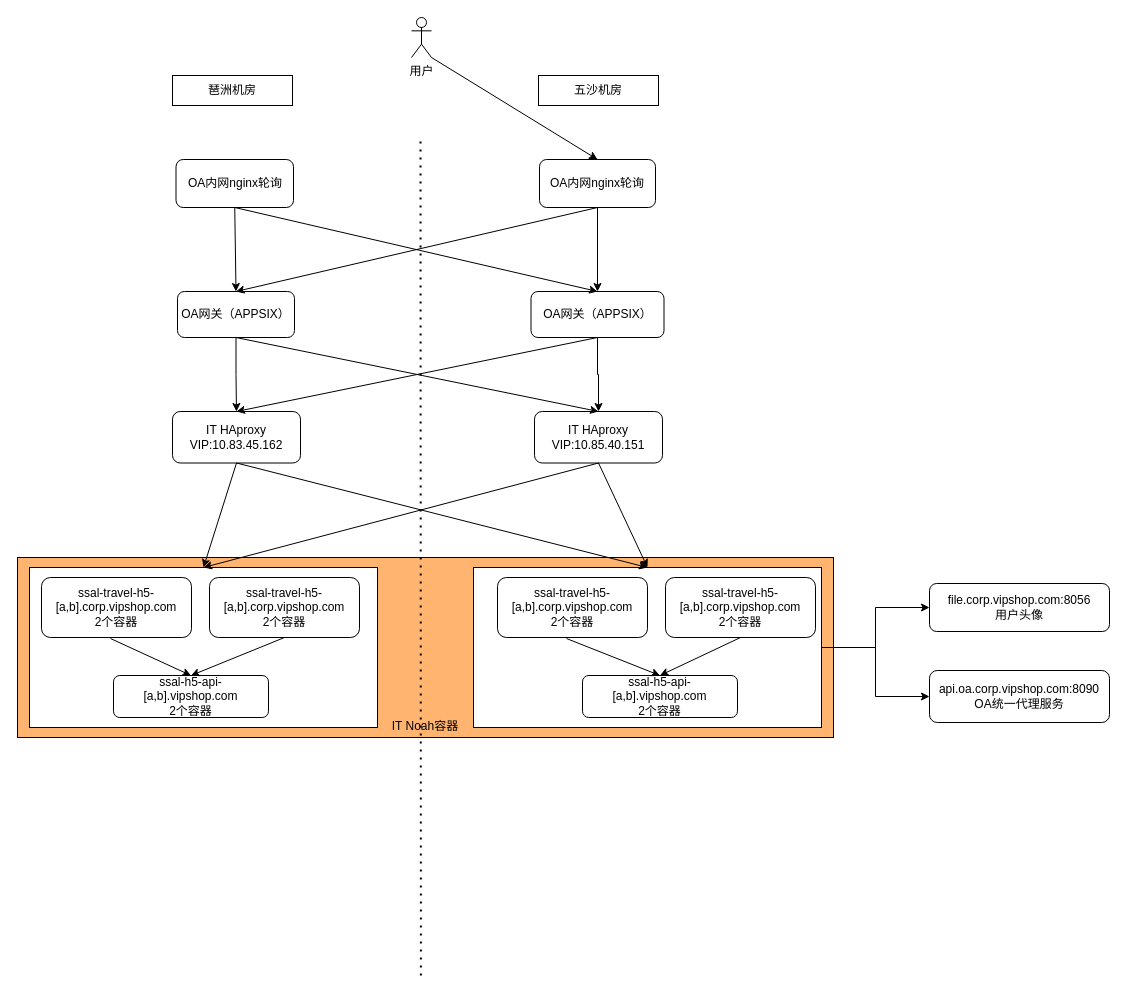
Earlier version of the draw.io diagram 未命名绘图.drawio (CS-Bob/test). Source tidied: cells renumbered, new cells numbered last; positions are measured from the earlier drawing's top-left corner, leaving out a move shared by most shapes. Both pictures are drawn from the tidied source at 100%, with x=0, y=0 at pixel (17, 17).
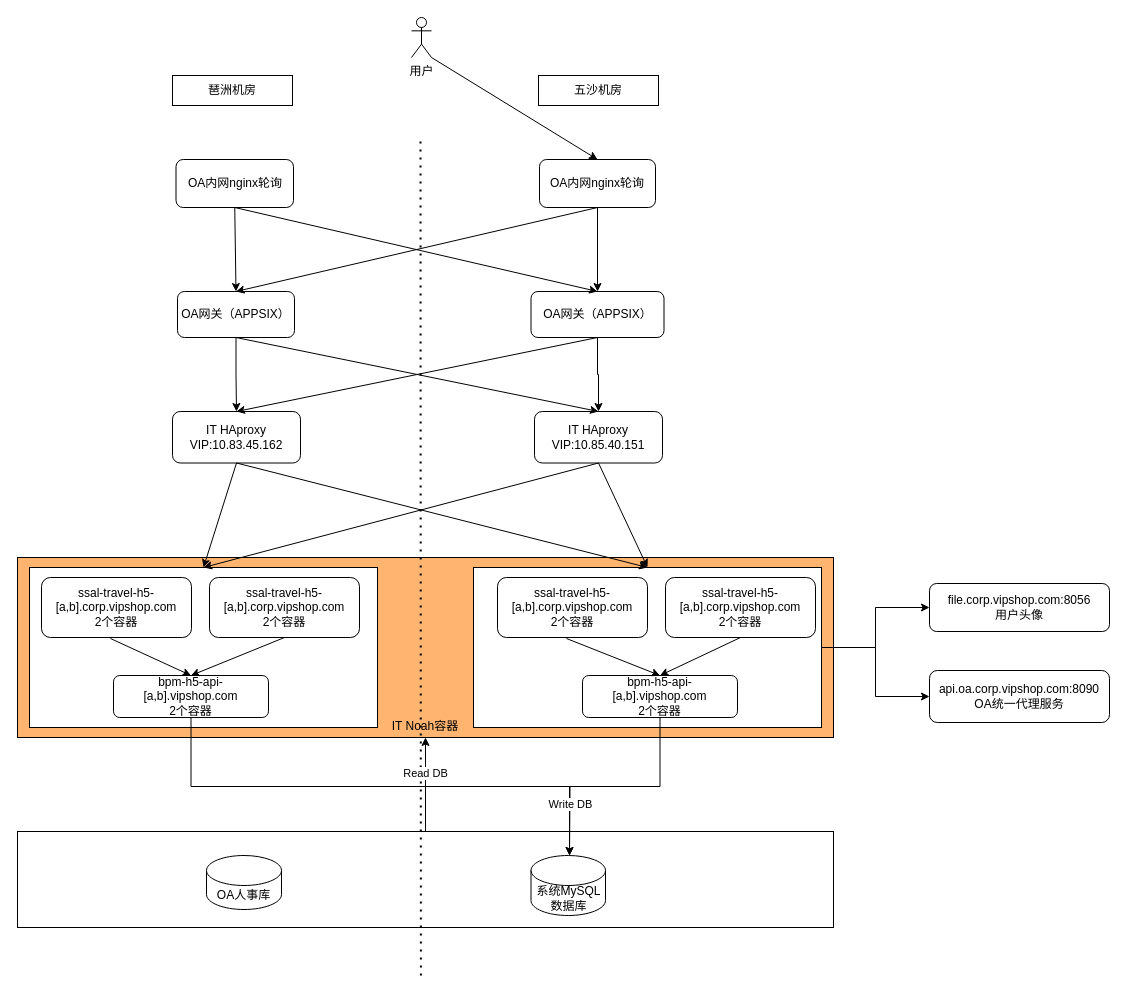
The same page after the edit.

Commit message:
更新未命名绘图.drawio

Unchanged cells that the change refers to:
```xml
<mxCell id="10" value="OA网关（APPSIX）" style="rounded=1;whiteSpace=wrap;html=1;" parent="1" vertex="1">
  <mxGeometry x="160" y="274" width="117" height="46" as="geometry" />
</mxCell>
<mxCell id="14" value="IT HAproxy&lt;br&gt;VIP:10.85.40.151" style="rounded=1;whiteSpace=wrap;html=1;" parent="1" vertex="1">
  <mxGeometry x="517" y="394" width="128" height="51.5" as="geometry" />
</mxCell>
<mxCell id="18" value="&lt;br&gt;&lt;br&gt;&lt;br&gt;&lt;br&gt;&lt;br&gt;&lt;br&gt;&lt;br&gt;&lt;br&gt;&lt;br&gt;&lt;br&gt;&lt;br&gt;IT Noah容器" style="rounded=0;whiteSpace=wrap;html=1;fillColor=#FFB570;" parent="1" vertex="1">
  <mxGeometry y="540" width="816" height="180" as="geometry" />
</mxCell>
<mxCell id="19" style="endArrow=none;dashed=1;html=1;dashPattern=1 3;strokeWidth=2;rounded=0;" parent="1" edge="1">
  <mxGeometry relative="1" as="geometry">
    <mxPoint x="403.4" y="958" as="sourcePoint" />
    <mxPoint x="403" y="118" as="targetPoint" />
  </mxGeometry>
</mxCell>
```

Change to the diagram source:
```diff
@@
+    <mxCell id="42" style="edgeStyle=orthogonalEdgeStyle;rounded=0;jettySize=auto;html=1;exitX=0.5;exitY=0;exitDx=0;exitDy=0;entryX=0.5;entryY=1;entryDx=0;entryDy=0;" parent="1" edge="1" source="43" target="18">
+      <mxGeometry relative="1" as="geometry" />
+    </mxCell>
+    <mxCell id="43" style="rounded=0;whiteSpace=wrap;html=1;" parent="1" vertex="1">
+      <mxGeometry y="814" width="816" height="96" as="geometry" />
+    </mxCell>
@@
+    <mxCell id="20" style="endArrow=classic;html=1;rounded=0;exitX=0.5;exitY=1;exitDx=0;exitDy=0;entryX=0.5;entryY=0;entryDx=0;entryDy=0;" parent="1" edge="1" source="10" target="14">
+      <mxGeometry relative="1" as="geometry" />
+    </mxCell>
@@
-    <mxCell id="20" style="endArrow=classic;html=1;rounded=0;exitX=0.5;exitY=1;exitDx=0;exitDy=0;entryX=0.5;entryY=0;entryDx=0;entryDy=0;" parent="1" edge="1" source="10" target="14">
-      <mxGeometry relative="1" as="geometry" />
-    </mxCell>
+    <mxCell id="44" value="Read DB" style="edgeLabel;html=1;align=center;verticalAlign=middle;" parent="19" vertex="1">
+      <mxGeometry x="-0.52" y="-4" relative="1" as="geometry" />
+    </mxCell>
@@
+    <mxCell id="45" style="edgeStyle=orthogonalEdgeStyle;rounded=0;jettySize=auto;html=1;exitX=0.5;exitY=1;exitDx=0;exitDy=0;" parent="1" edge="1" source="24">
+      <mxGeometry relative="1" as="geometry">
+        <mxPoint x="552" y="838" as="targetPoint" />
+      </mxGeometry>
+    </mxCell>
-    <mxCell id="24" value="ssal-h5-api-[a,b].vipshop.com&lt;br&gt;2个容器" style="rounded=1;whiteSpace=wrap;html=1;" parent="1" vertex="1">
+    <mxCell id="24" value="bpm-h5-api-[a,b].vipshop.com&lt;br&gt;2个容器" style="rounded=1;whiteSpace=wrap;html=1;" parent="1" vertex="1">
       <mxGeometry x="96" y="658" width="155" height="42" as="geometry" />
     </mxCell>
@@
+    <mxCell id="46" style="edgeStyle=orthogonalEdgeStyle;rounded=0;jettySize=auto;html=1;exitX=0.5;exitY=1;exitDx=0;exitDy=0;" parent="1" edge="1" source="32" target="49">
+      <mxGeometry relative="1" as="geometry">
+        <Array as="points">
+          <mxPoint x="643" y="769" />
+          <mxPoint x="552" y="769" />
+        </Array>
+      </mxGeometry>
+    </mxCell>
+    <mxCell id="47" value="Write DB" style="edgeLabel;html=1;align=center;verticalAlign=middle;" parent="46" vertex="1">
+      <mxGeometry x="0.54" relative="1" as="geometry">
+        <mxPoint y="1" as="offset" />
+      </mxGeometry>
+    </mxCell>
-    <mxCell id="32" value="ssal-h5-api-[a,b].vipshop.com&lt;br&gt;2个容器" style="rounded=1;whiteSpace=wrap;html=1;" parent="1" vertex="1">
+    <mxCell id="32" value="bpm-h5-api-[a,b].vipshop.com&lt;br&gt;2个容器" style="rounded=1;whiteSpace=wrap;html=1;" parent="1" vertex="1">
       <mxGeometry x="565" y="658" width="155" height="42" as="geometry" />
     </mxCell>
@@
+    <mxCell id="48" value="OA人事库" style="shape=cylinder3;whiteSpace=wrap;html=1;boundedLbl=1;backgroundOutline=1;size=15;" parent="1" vertex="1">
+      <mxGeometry x="189" y="838" width="75" height="54" as="geometry" />
+    </mxCell>
+    <mxCell id="49" value="系统MySQL数据库" style="shape=cylinder3;whiteSpace=wrap;html=1;boundedLbl=1;backgroundOutline=1;size=15;" parent="1" vertex="1">
+      <mxGeometry x="513.5" y="838" width="74.5" height="60" as="geometry" />
+    </mxCell>
```
